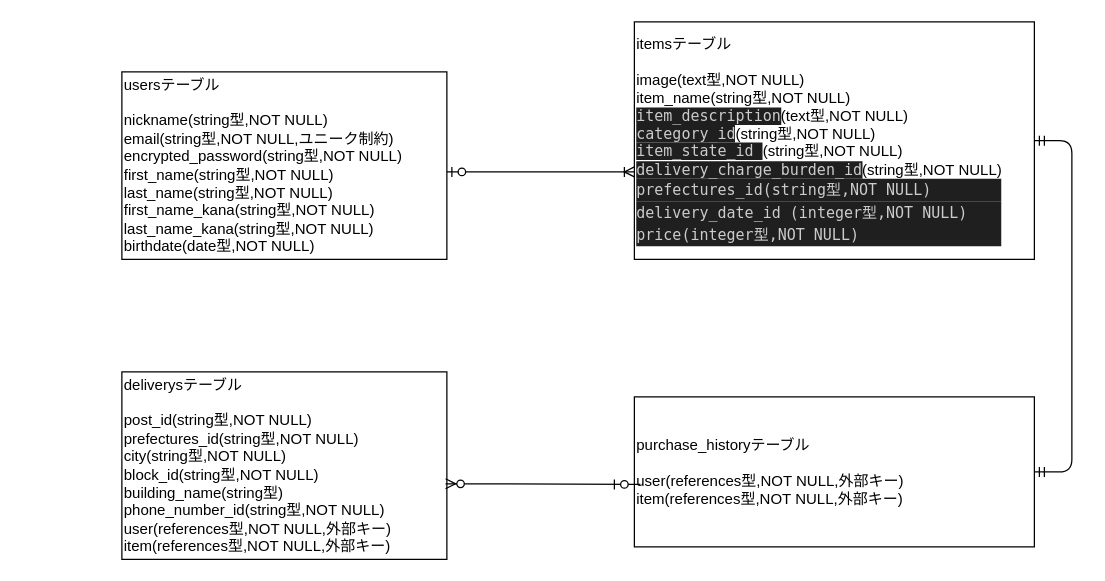
Above: furima.dio in karinkoike/furima-40201 (draw.io), before the change. Source tidied: cells renumbered, new cells numbered last; positions are measured from the earlier drawing's top-left corner, leaving out a move shared by most shapes. Both pictures are drawn from the tidied source at 125%, with x=0, y=0 at pixel (121, 21).
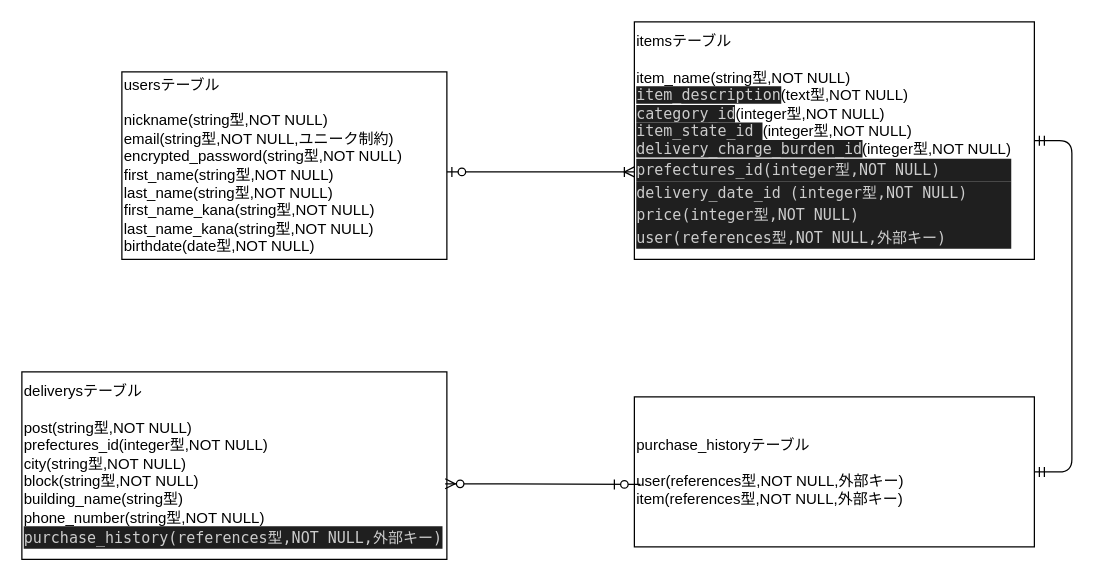
Above is the later version.

Commit message (it also covers changes not shown here):
furimaテーブル設計の修正

Change to the diagram source:
```diff
@@
 <mxGraphModel>
   <root>
     <mxCell id="0" />
     <mxCell id="1" parent="0" />
     <mxCell id="2" value="usersテーブル&lt;br&gt;&lt;br&gt;nickname(string型,NOT NULL)&lt;br&gt;email(string型,NOT NULL,ユニーク制約)&lt;br&gt;encrypted_password(string型,NOT NULL)&lt;br&gt;first_name(string型,NOT NULL)&lt;br&gt;last_name(string型,NOT NULL)&lt;br&gt;first_name_kana(string型,NOT NULL)&lt;br&gt;last_name_kana(string型,NOT NULL)&lt;br&gt;birthdate(date型,NOT NULL)" style="rounded=0;whiteSpace=wrap;html=1;align=left;" parent="1" vertex="1">
       <mxGeometry y="40" width="260" height="150" as="geometry" />
     </mxCell>
-    <mxCell id="3" value="itemsテーブル&lt;br&gt;&lt;br&gt;image(text型,NOT NULL)&lt;br&gt;item_name(string型,NOT NULL)&lt;br&gt;&lt;span style=&quot;background-color: rgb(31, 31, 31); color: rgb(204, 204, 204); font-family: Menlo, Monaco, &amp;quot;Courier New&amp;quot;, monospace;&quot;&gt;item_description&lt;/span&gt;(text型,NOT NULL)&lt;br&gt;&lt;span style=&quot;background-color: rgb(31, 31, 31); color: rgb(204, 204, 204); font-family: Menlo, Monaco, &amp;quot;Courier New&amp;quot;, monospace;&quot;&gt;category_id&lt;/span&gt;(string型,NOT NULL)&lt;br&gt;&lt;span style=&quot;background-color: rgb(31, 31, 31); color: rgb(204, 204, 204); font-family: Menlo, Monaco, &amp;quot;Courier New&amp;quot;, monospace;&quot;&gt;item_state_id &lt;/span&gt;(string型,NOT NULL)&lt;br&gt;&lt;span style=&quot;background-color: rgb(31, 31, 31); color: rgb(204, 204, 204); font-family: Menlo, Monaco, &amp;quot;Courier New&amp;quot;, monospace;&quot;&gt;delivery_charge_burden_id&lt;/span&gt;(string型,NOT NULL)&lt;br&gt;&lt;div style=&quot;color: rgb(204, 204, 204); background-color: rgb(31, 31, 31); font-family: Menlo, Monaco, &amp;quot;Courier New&amp;quot;, monospace; line-height: 18px;&quot;&gt;&lt;span style=&quot;&quot;&gt;prefectures_id&lt;/span&gt;(string型,NOT NULL)&lt;/div&gt;&lt;div style=&quot;color: rgb(204, 204, 204); background-color: rgb(31, 31, 31); font-family: Menlo, Monaco, &amp;quot;Courier New&amp;quot;, monospace; line-height: 18px;&quot;&gt;&lt;div style=&quot;line-height: 18px;&quot;&gt;&lt;span style=&quot;&quot;&gt;delivery_date_id &lt;/span&gt;(integer型,NOT NULL)&lt;/div&gt;&lt;div style=&quot;line-height: 18px;&quot;&gt;&lt;div style=&quot;line-height: 18px;&quot;&gt;&lt;span style=&quot;&quot;&gt;price&lt;/span&gt;(integer型,NOT NULL)&lt;/div&gt;&lt;/div&gt;&lt;/div&gt;" style="rounded=0;whiteSpace=wrap;html=1;align=left;" parent="1" vertex="1">
+    <mxCell id="3" value="itemsテーブル&lt;br&gt;&lt;br&gt;item_name(string型,NOT NULL)&lt;br&gt;&lt;span style=&quot;background-color: rgb(31, 31, 31); color: rgb(204, 204, 204); font-family: Menlo, Monaco, &amp;quot;Courier New&amp;quot;, monospace;&quot;&gt;item_description&lt;/span&gt;(text型,NOT NULL)&lt;br&gt;&lt;span style=&quot;background-color: rgb(31, 31, 31); color: rgb(204, 204, 204); font-family: Menlo, Monaco, &amp;quot;Courier New&amp;quot;, monospace;&quot;&gt;category_id&lt;/span&gt;(integer型,NOT NULL)&lt;br&gt;&lt;span style=&quot;background-color: rgb(31, 31, 31); color: rgb(204, 204, 204); font-family: Menlo, Monaco, &amp;quot;Courier New&amp;quot;, monospace;&quot;&gt;item_state_id &lt;/span&gt;(integer型,NOT NULL)&lt;br&gt;&lt;span style=&quot;background-color: rgb(31, 31, 31); color: rgb(204, 204, 204); font-family: Menlo, Monaco, &amp;quot;Courier New&amp;quot;, monospace;&quot;&gt;delivery_charge_burden_id&lt;/span&gt;(integer型,NOT NULL)&lt;br&gt;&lt;div style=&quot;color: rgb(204, 204, 204); background-color: rgb(31, 31, 31); font-family: Menlo, Monaco, &amp;quot;Courier New&amp;quot;, monospace; line-height: 18px;&quot;&gt;&lt;span style=&quot;&quot;&gt;prefectures_id&lt;/span&gt;(integer型,NOT NULL)&lt;/div&gt;&lt;div style=&quot;color: rgb(204, 204, 204); background-color: rgb(31, 31, 31); font-family: Menlo, Monaco, &amp;quot;Courier New&amp;quot;, monospace; line-height: 18px;&quot;&gt;&lt;div style=&quot;line-height: 18px;&quot;&gt;&lt;span style=&quot;&quot;&gt;delivery_date_id &lt;/span&gt;(integer型,NOT NULL)&lt;/div&gt;&lt;div style=&quot;line-height: 18px;&quot;&gt;&lt;div style=&quot;line-height: 18px;&quot;&gt;&lt;span style=&quot;&quot;&gt;price&lt;/span&gt;(integer型,NOT NULL)&lt;/div&gt;&lt;div style=&quot;line-height: 18px;&quot;&gt;user(references型,NOT NULL,外部キー)&lt;/div&gt;&lt;/div&gt;&lt;/div&gt;" style="rounded=0;whiteSpace=wrap;html=1;align=left;" parent="1" vertex="1">
       <mxGeometry x="410" width="320" height="190" as="geometry" />
     </mxCell>
     <mxCell id="4" style="edgeStyle=entityRelationEdgeStyle;fontSize=12;html=1;endArrow=ERoneToMany;startArrow=ERzeroToOne;" parent="1" edge="1">
       <mxGeometry relative="1" as="geometry">
         <mxPoint x="260" y="120" as="sourcePoint" />
         <mxPoint x="410" y="120" as="targetPoint" />
       </mxGeometry>
     </mxCell>
     <mxCell id="5" value="purchase_historyテーブル&lt;br&gt;&lt;br&gt;user(references型,NOT NULL,外部キー)&lt;br&gt;item(references型,NOT NULL,外部キー)" style="rounded=0;whiteSpace=wrap;html=1;align=left;" parent="1" vertex="1">
       <mxGeometry x="410" y="300" width="320" height="120" as="geometry" />
     </mxCell>
     <mxCell id="6" style="edgeStyle=entityRelationEdgeStyle;fontSize=12;html=1;endArrow=ERmandOne;startArrow=ERmandOne;" parent="1" edge="1" source="5" target="3">
       <mxGeometry relative="1" as="geometry" />
     </mxCell>
-    <mxCell id="7" value="deliverysテーブル&lt;br&gt;&lt;br&gt;post_id(string型,NOT NULL)&lt;br&gt;prefectures_id(string型,NOT NULL)&lt;br&gt;city(string型,NOT NULL)&lt;br&gt;block_id(string型,NOT NULL)&lt;br&gt;building_name(string型)&lt;br&gt;phone_number_id(string型,NOT NULL)&lt;br&gt;user(references型,NOT NULL,外部キー)&lt;br&gt;item(references型,NOT NULL,外部キー)" style="rounded=0;whiteSpace=wrap;html=1;align=left;" parent="1" vertex="1">
-      <mxGeometry y="280" width="260" height="150" as="geometry" />
+    <mxCell id="7" value="deliverysテーブル&lt;br&gt;&lt;br&gt;post(string型,NOT NULL)&lt;br&gt;prefectures_id(integer型,NOT NULL)&lt;br&gt;city(string型,NOT NULL)&lt;br&gt;block(string型,NOT NULL)&lt;br&gt;building_name(string型)&lt;br&gt;phone_number(string型,NOT NULL)&lt;br&gt;&lt;div style=&quot;color: rgb(204, 204, 204); background-color: rgb(31, 31, 31); font-family: Menlo, Monaco, &amp;quot;Courier New&amp;quot;, monospace; line-height: 18px;&quot;&gt;purchase_history(references型,NOT NULL,外部キー)&lt;/div&gt;" style="rounded=0;whiteSpace=wrap;html=1;align=left;" parent="1" vertex="1">
+      <mxGeometry x="-80" y="280" width="340" height="150" as="geometry" />
     </mxCell>
     <mxCell id="8" style="edgeStyle=entityRelationEdgeStyle;fontSize=12;html=1;endArrow=ERzeroToMany;startArrow=ERzeroToOne;entryX=0.996;entryY=0.597;entryDx=0;entryDy=0;entryPerimeter=0;" parent="1" edge="1" target="7">
       <mxGeometry relative="1" as="geometry">
         <mxPoint x="390" y="370" as="sourcePoint" />
       </mxGeometry>
     </mxCell>
   </root>
 </mxGraphModel>
```
